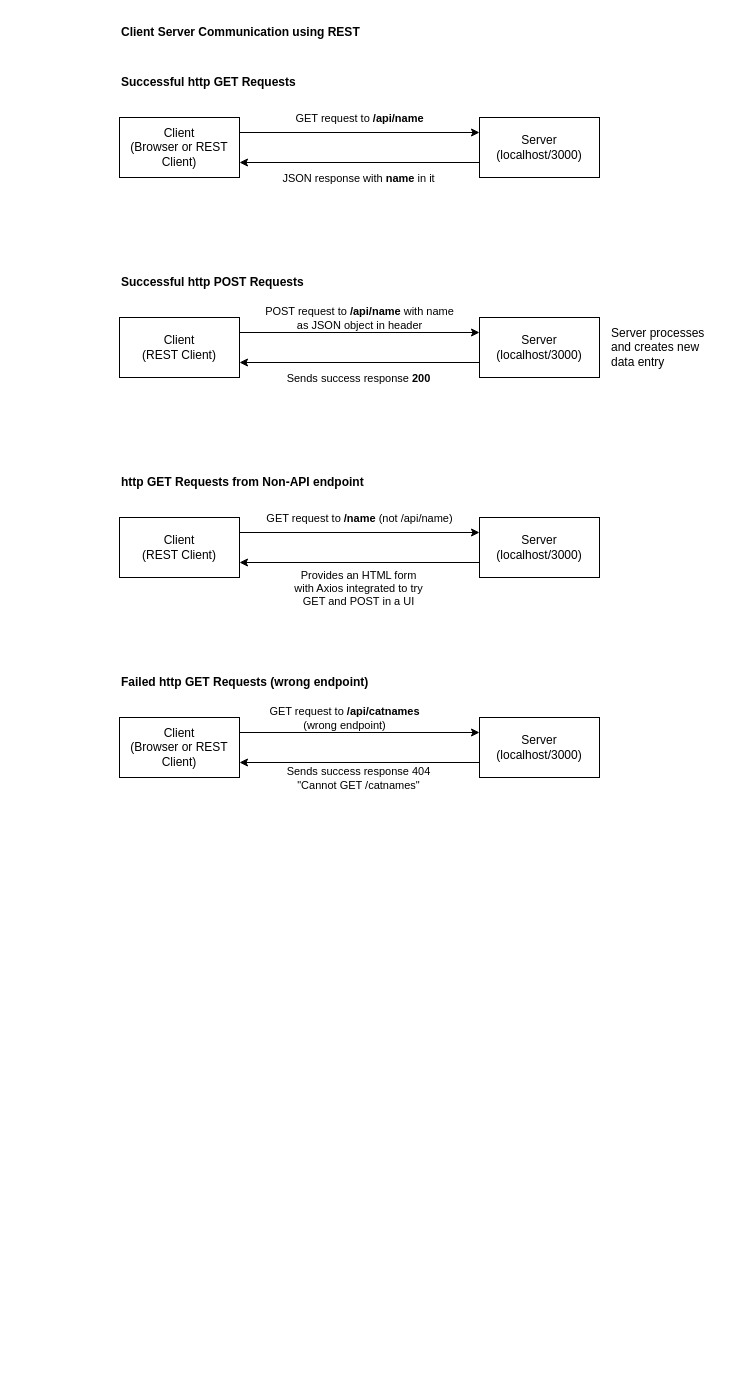
mbalabanov/js-dom-requests-responses keeps this draw.io diagram as model-diagrams.drawio. Above is the earlier version. Source tidied: cells renumbered, new cells numbered last; positions are measured from the earlier drawing's top-left corner, leaving out a move shared by most shapes. Both pictures are drawn from the tidied source at 100%, with x=0, y=0 at pixel (119, 17).
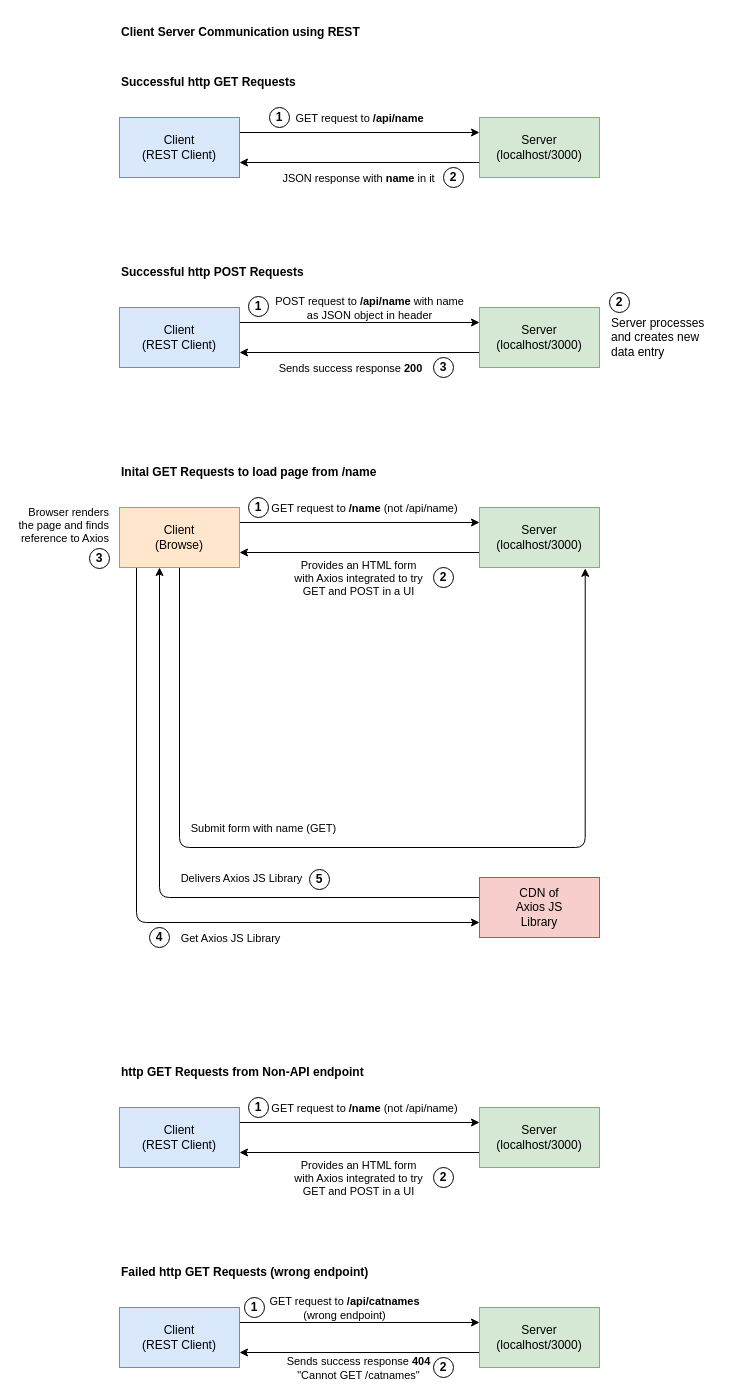
The same diagram, later.

Commit message (it also covers changes not shown here):
Adds model diagram for browser requests

The change refers to these unchanged cells:
```xml
<mxCell id="9" style="edgeStyle=none;html=1;entryX=0;entryY=0.25;entryDx=0;entryDy=0;exitX=1;exitY=0.25;exitDx=0;exitDy=0;" parent="1" edge="1" source="11" target="14">
  <mxGeometry relative="1" as="geometry" />
</mxCell>
<mxCell id="12" style="edgeStyle=none;html=1;entryX=1;entryY=0.75;entryDx=0;entryDy=0;exitX=0;exitY=0.75;exitDx=0;exitDy=0;" parent="1" edge="1" source="14" target="11">
  <mxGeometry relative="1" as="geometry" />
</mxCell>
<mxCell id="24" style="edgeStyle=none;html=1;entryX=0;entryY=0.25;entryDx=0;entryDy=0;exitX=1;exitY=0.25;exitDx=0;exitDy=0;" parent="1" edge="1" source="26" target="29">
  <mxGeometry relative="1" as="geometry" />
</mxCell>
```

Change to the diagram source:
```diff
@@
-    <mxCell id="4" value="Client&lt;br&gt;(Browser or REST Client)" style="rounded=0;whiteSpace=wrap;html=1;" parent="1" vertex="1">
+    <mxCell id="4" value="Client&lt;br&gt;(REST Client)" style="rounded=0;whiteSpace=wrap;html=1;fillColor=#dae8fc;strokeColor=#6c8ebf;" parent="1" vertex="1">
       <mxGeometry y="100" width="120" height="60" as="geometry" />
     </mxCell>
@@
-    <mxCell id="7" value="Server&lt;br&gt;&lt;span style=&quot;text-align: left&quot;&gt;(localhost/3000)&lt;/span&gt;" style="rounded=0;whiteSpace=wrap;html=1;" parent="1" vertex="1">
+    <mxCell id="7" value="Server&lt;br&gt;&lt;span style=&quot;text-align: left&quot;&gt;(localhost/3000)&lt;/span&gt;" style="rounded=0;whiteSpace=wrap;html=1;fillColor=#d5e8d4;strokeColor=#82b366;" parent="1" vertex="1">
       <mxGeometry x="360" y="100" width="120" height="60" as="geometry" />
     </mxCell>
@@
     <mxCell id="10" value="POST request to &lt;b&gt;/api/name&lt;/b&gt; with name&lt;br&gt;as JSON object in header" style="edgeLabel;html=1;align=center;verticalAlign=middle;" parent="9" vertex="1">
       <mxGeometry x="-0.4" y="1" relative="1" as="geometry">
-        <mxPoint x="47" y="-14" as="offset" />
+        <mxPoint x="57" y="-14" as="offset" />
       </mxGeometry>
     </mxCell>
-    <mxCell id="11" value="Client&lt;br&gt;(REST Client)" style="rounded=0;whiteSpace=wrap;html=1;" parent="1" vertex="1">
-      <mxGeometry y="300" width="120" height="60" as="geometry" />
+    <mxCell id="11" value="Client&lt;br&gt;(REST Client)" style="rounded=0;whiteSpace=wrap;html=1;fillColor=#dae8fc;strokeColor=#6c8ebf;" parent="1" vertex="1">
+      <mxGeometry y="290" width="120" height="60" as="geometry" />
     </mxCell>
@@
     <mxCell id="13" value="Sends success response &lt;b&gt;200&lt;/b&gt;" style="edgeLabel;html=1;align=center;verticalAlign=middle;" parent="12" vertex="1">
       <mxGeometry x="0.02" y="2" relative="1" as="geometry">
-        <mxPoint y="13" as="offset" />
+        <mxPoint x="-8" y="13" as="offset" />
       </mxGeometry>
     </mxCell>
-    <mxCell id="14" value="Server&lt;br&gt;&lt;span style=&quot;text-align: left&quot;&gt;(localhost/3000)&lt;/span&gt;" style="rounded=0;whiteSpace=wrap;html=1;" parent="1" vertex="1">
-      <mxGeometry x="360" y="300" width="120" height="60" as="geometry" />
+    <mxCell id="14" value="Server&lt;br&gt;&lt;span style=&quot;text-align: left&quot;&gt;(localhost/3000)&lt;/span&gt;" style="rounded=0;whiteSpace=wrap;html=1;fillColor=#d5e8d4;strokeColor=#82b366;" parent="1" vertex="1">
+      <mxGeometry x="360" y="290" width="120" height="60" as="geometry" />
     </mxCell>
     <mxCell id="15" value="Successful http POST Requests" style="text;html=1;strokeColor=none;fillColor=none;align=left;verticalAlign=middle;whiteSpace=wrap;rounded=0;fontStyle=1;" parent="1" vertex="1">
-      <mxGeometry y="250" width="200" height="30" as="geometry" />
+      <mxGeometry y="240" width="200" height="30" as="geometry" />
     </mxCell>
     <mxCell id="16" value="Server processes and creates new data entry" style="text;html=1;strokeColor=none;fillColor=none;align=left;verticalAlign=middle;whiteSpace=wrap;rounded=0;" parent="1" vertex="1">
-      <mxGeometry x="490" y="305" width="110" height="50" as="geometry" />
+      <mxGeometry x="490" y="295" width="110" height="50" as="geometry" />
     </mxCell>
-    <mxCell id="17" style="edgeStyle=none;html=1;entryX=0;entryY=0.25;entryDx=0;entryDy=0;exitX=1;exitY=0.25;exitDx=0;exitDy=0;" parent="1" edge="1" source="19" target="22">
-      <mxGeometry relative="1" as="geometry" />
-    </mxCell>
-    <mxCell id="18" value="GET request to&amp;nbsp;&lt;b&gt;/api/catnames&lt;br&gt;&lt;/b&gt;(wrong endpoint)" style="edgeLabel;html=1;align=center;verticalAlign=middle;" parent="17" vertex="1">
-      <mxGeometry x="-0.4" y="1" relative="1" as="geometry">
-        <mxPoint x="32" y="-14" as="offset" />
-      </mxGeometry>
-    </mxCell>
-    <mxCell id="19" value="Client&lt;br&gt;(Browser or REST Client)" style="rounded=0;whiteSpace=wrap;html=1;" parent="1" vertex="1">
-      <mxGeometry y="700" width="120" height="60" as="geometry" />
-    </mxCell>
-    <mxCell id="20" style="edgeStyle=none;html=1;entryX=1;entryY=0.75;entryDx=0;entryDy=0;exitX=0;exitY=0.75;exitDx=0;exitDy=0;" parent="1" edge="1" source="22" target="19">
-      <mxGeometry relative="1" as="geometry" />
-    </mxCell>
-    <mxCell id="21" value="Sends success response 404&lt;br&gt;&quot;Cannot GET /catnames&quot;" style="edgeLabel;html=1;align=center;verticalAlign=middle;" parent="20" vertex="1">
-      <mxGeometry x="0.02" y="2" relative="1" as="geometry">
-        <mxPoint y="13" as="offset" />
-      </mxGeometry>
-    </mxCell>
-    <mxCell id="22" value="Server&lt;br&gt;&lt;span style=&quot;text-align: left&quot;&gt;(localhost/3000)&lt;/span&gt;" style="rounded=0;whiteSpace=wrap;html=1;" parent="1" vertex="1">
-      <mxGeometry x="360" y="700" width="120" height="60" as="geometry" />
-    </mxCell>
-    <mxCell id="23" value="Failed http GET Requests (wrong endpoint)" style="text;html=1;strokeColor=none;fillColor=none;align=left;verticalAlign=middle;whiteSpace=wrap;rounded=0;fontStyle=1;" parent="1" vertex="1">
-      <mxGeometry y="650" width="270" height="30" as="geometry" />
-    </mxCell>
@@
     <mxCell id="25" value="GET request to &lt;b&gt;/name&lt;/b&gt; (not /api/name)" style="edgeLabel;html=1;align=center;verticalAlign=middle;" parent="24" vertex="1">
       <mxGeometry x="-0.4" y="1" relative="1" as="geometry">
-        <mxPoint x="47" y="-14" as="offset" />
+        <mxPoint x="52" y="-14" as="offset" />
       </mxGeometry>
     </mxCell>
-    <mxCell id="26" value="Client&lt;br&gt;(REST Client)" style="rounded=0;whiteSpace=wrap;html=1;" parent="1" vertex="1">
-      <mxGeometry y="500" width="120" height="60" as="geometry" />
+    <mxCell id="26" value="Client&lt;br&gt;(REST Client)" style="rounded=0;whiteSpace=wrap;html=1;fillColor=#dae8fc;strokeColor=#6c8ebf;" parent="1" vertex="1">
+      <mxGeometry y="1090" width="120" height="60" as="geometry" />
     </mxCell>
@@
-    <mxCell id="29" value="Server&lt;br&gt;&lt;span style=&quot;text-align: left&quot;&gt;(localhost/3000)&lt;/span&gt;" style="rounded=0;whiteSpace=wrap;html=1;" parent="1" vertex="1">
-      <mxGeometry x="360" y="500" width="120" height="60" as="geometry" />
+    <mxCell id="29" value="Server&lt;br&gt;&lt;span style=&quot;text-align: left&quot;&gt;(localhost/3000)&lt;/span&gt;" style="rounded=0;whiteSpace=wrap;html=1;fillColor=#d5e8d4;strokeColor=#82b366;" parent="1" vertex="1">
+      <mxGeometry x="360" y="1090" width="120" height="60" as="geometry" />
     </mxCell>
     <mxCell id="30" value="http GET Requests from Non-API endpoint" style="text;html=1;strokeColor=none;fillColor=none;align=left;verticalAlign=middle;whiteSpace=wrap;rounded=0;fontStyle=1;" parent="1" vertex="1">
-      <mxGeometry y="450" width="250" height="30" as="geometry" />
+      <mxGeometry y="1040" width="250" height="30" as="geometry" />
     </mxCell>
@@
+    <mxCell id="32" value="1" style="ellipse;whiteSpace=wrap;html=1;spacing=0;fontStyle=1;" parent="1" vertex="1">
+      <mxGeometry x="150" y="90" width="20" height="20" as="geometry" />
+    </mxCell>
+    <mxCell id="33" value="2" style="ellipse;whiteSpace=wrap;html=1;spacing=0;fontStyle=1;" parent="1" vertex="1">
+      <mxGeometry x="324" y="150" width="20" height="20" as="geometry" />
+    </mxCell>
+    <mxCell id="34" value="1" style="ellipse;whiteSpace=wrap;html=1;spacing=0;fontStyle=1;" parent="1" vertex="1">
+      <mxGeometry x="129" y="279" width="20" height="20" as="geometry" />
+    </mxCell>
+    <mxCell id="35" value="2" style="ellipse;whiteSpace=wrap;html=1;spacing=0;fontStyle=1;" parent="1" vertex="1">
+      <mxGeometry x="490" y="275" width="20" height="20" as="geometry" />
+    </mxCell>
+    <mxCell id="36" value="3" style="ellipse;whiteSpace=wrap;html=1;spacing=0;fontStyle=1;" parent="1" vertex="1">
+      <mxGeometry x="314" y="340" width="20" height="20" as="geometry" />
+    </mxCell>
+    <mxCell id="37" value="1" style="ellipse;whiteSpace=wrap;html=1;spacing=0;fontStyle=1;" parent="1" vertex="1">
+      <mxGeometry x="129" y="1080" width="20" height="20" as="geometry" />
+    </mxCell>
+    <mxCell id="38" value="2" style="ellipse;whiteSpace=wrap;html=1;spacing=0;fontStyle=1;" parent="1" vertex="1">
+      <mxGeometry x="314" y="1150" width="20" height="20" as="geometry" />
+    </mxCell>
+    <mxCell id="39" style="edgeStyle=none;html=1;entryX=0;entryY=0.25;entryDx=0;entryDy=0;exitX=1;exitY=0.25;exitDx=0;exitDy=0;" parent="1" edge="1" source="40" target="42">
+      <mxGeometry relative="1" as="geometry" />
+    </mxCell>
+    <mxCell id="18" value="GET request to&amp;nbsp;&lt;b&gt;/api/catnames&lt;br&gt;&lt;/b&gt;(wrong endpoint)" style="edgeLabel;html=1;align=center;verticalAlign=middle;" parent="39" vertex="1">
+      <mxGeometry x="-0.4" y="1" relative="1" as="geometry">
+        <mxPoint x="32" y="-14" as="offset" />
+      </mxGeometry>
+    </mxCell>
+    <mxCell id="40" value="Client&lt;br&gt;(REST Client)" style="rounded=0;whiteSpace=wrap;html=1;fillColor=#dae8fc;strokeColor=#6c8ebf;" parent="1" vertex="1">
+      <mxGeometry y="1290" width="120" height="60" as="geometry" />
+    </mxCell>
+    <mxCell id="41" style="edgeStyle=none;html=1;entryX=1;entryY=0.75;entryDx=0;entryDy=0;exitX=0;exitY=0.75;exitDx=0;exitDy=0;" parent="1" edge="1" source="42" target="40">
+      <mxGeometry relative="1" as="geometry" />
+    </mxCell>
+    <mxCell id="21" value="Sends success response &lt;b&gt;404&lt;/b&gt;&lt;br&gt;&quot;Cannot GET /catnames&quot;" style="edgeLabel;html=1;align=center;verticalAlign=middle;" parent="41" vertex="1">
+      <mxGeometry x="0.02" y="2" relative="1" as="geometry">
+        <mxPoint y="13" as="offset" />
+      </mxGeometry>
+    </mxCell>
+    <mxCell id="42" value="Server&lt;br&gt;&lt;span style=&quot;text-align: left&quot;&gt;(localhost/3000)&lt;/span&gt;" style="rounded=0;whiteSpace=wrap;html=1;fillColor=#d5e8d4;strokeColor=#82b366;" parent="1" vertex="1">
+      <mxGeometry x="360" y="1290" width="120" height="60" as="geometry" />
+    </mxCell>
+    <mxCell id="23" value="Failed http GET Requests (wrong endpoint)" style="text;html=1;strokeColor=none;fillColor=none;align=left;verticalAlign=middle;whiteSpace=wrap;rounded=0;fontStyle=1;" parent="1" vertex="1">
+      <mxGeometry y="1240" width="270" height="30" as="geometry" />
+    </mxCell>
+    <mxCell id="43" value="1" style="ellipse;whiteSpace=wrap;html=1;spacing=0;fontStyle=1;" parent="1" vertex="1">
+      <mxGeometry x="125" y="1280" width="20" height="20" as="geometry" />
+    </mxCell>
+    <mxCell id="44" value="2" style="ellipse;whiteSpace=wrap;html=1;spacing=0;fontStyle=1;" parent="1" vertex="1">
+      <mxGeometry x="314" y="1340" width="20" height="20" as="geometry" />
+    </mxCell>
+    <mxCell id="45" style="edgeStyle=none;html=1;entryX=0;entryY=0.25;entryDx=0;entryDy=0;exitX=1;exitY=0.25;exitDx=0;exitDy=0;" parent="1" edge="1" source="51" target="54">
+      <mxGeometry relative="1" as="geometry" />
+    </mxCell>
+    <mxCell id="46" value="GET request to &lt;b&gt;/name&lt;/b&gt; (not /api/name)" style="edgeLabel;html=1;align=center;verticalAlign=middle;" parent="45" vertex="1">
+      <mxGeometry x="-0.4" y="1" relative="1" as="geometry">
+        <mxPoint x="52" y="-14" as="offset" />
+      </mxGeometry>
+    </mxCell>
+    <mxCell id="47" style="edgeStyle=orthogonalEdgeStyle;html=1;entryX=0;entryY=0.75;entryDx=0;entryDy=0;" parent="1" edge="1" source="51" target="61">
+      <mxGeometry relative="1" as="geometry">
+        <Array as="points">
+          <mxPoint x="17" y="905" />
+        </Array>
+      </mxGeometry>
+    </mxCell>
+    <mxCell id="48" value="Get Axios JS Library" style="edgeLabel;html=1;align=center;verticalAlign=middle;" parent="47" vertex="1">
+      <mxGeometry x="0.16" y="3" relative="1" as="geometry">
+        <mxPoint x="43" y="18" as="offset" />
+      </mxGeometry>
+    </mxCell>
+    <mxCell id="49" style="edgeStyle=orthogonalEdgeStyle;html=1;entryX=0.881;entryY=1.014;entryDx=0;entryDy=0;entryPerimeter=0;" parent="1" edge="1" source="51" target="54">
+      <mxGeometry relative="1" as="geometry">
+        <Array as="points">
+          <mxPoint x="60" y="830" />
+          <mxPoint x="466" y="830" />
+        </Array>
+      </mxGeometry>
+    </mxCell>
+    <mxCell id="50" value="Submit form with name (GET)" style="edgeLabel;html=1;align=center;verticalAlign=middle;" parent="49" vertex="1">
+      <mxGeometry x="-0.01" y="2" relative="1" as="geometry">
+        <mxPoint x="-115" y="-18" as="offset" />
+      </mxGeometry>
+    </mxCell>
+    <mxCell id="51" value="Client&lt;br&gt;(Browse)" style="rounded=0;whiteSpace=wrap;html=1;fillColor=#ffe6cc;strokeColor=#d79b00;" parent="1" vertex="1">
+      <mxGeometry y="490" width="120" height="60" as="geometry" />
+    </mxCell>
+    <mxCell id="52" style="edgeStyle=none;html=1;entryX=1;entryY=0.75;entryDx=0;entryDy=0;exitX=0;exitY=0.75;exitDx=0;exitDy=0;" parent="1" edge="1" source="54" target="51">
+      <mxGeometry relative="1" as="geometry" />
+    </mxCell>
+    <mxCell id="53" value="Provides an HTML form&lt;br&gt;with Axios integrated to try&lt;br&gt;GET and POST in a UI" style="edgeLabel;html=1;align=center;verticalAlign=middle;" parent="52" vertex="1">
+      <mxGeometry x="0.02" y="2" relative="1" as="geometry">
+        <mxPoint y="23" as="offset" />
+      </mxGeometry>
+    </mxCell>
+    <mxCell id="54" value="Server&lt;br&gt;&lt;span style=&quot;text-align: left&quot;&gt;(localhost/3000)&lt;/span&gt;" style="rounded=0;whiteSpace=wrap;html=1;fillColor=#d5e8d4;strokeColor=#82b366;" parent="1" vertex="1">
+      <mxGeometry x="360" y="490" width="120" height="60" as="geometry" />
+    </mxCell>
+    <mxCell id="55" value="Inital GET Requests to load page from /name" style="text;html=1;strokeColor=none;fillColor=none;align=left;verticalAlign=middle;whiteSpace=wrap;rounded=0;fontStyle=1;" parent="1" vertex="1">
+      <mxGeometry y="440" width="330" height="30" as="geometry" />
+    </mxCell>
+    <mxCell id="56" value="1" style="ellipse;whiteSpace=wrap;html=1;spacing=0;fontStyle=1;" parent="1" vertex="1">
+      <mxGeometry x="129" y="480" width="20" height="20" as="geometry" />
+    </mxCell>
+    <mxCell id="57" value="2" style="ellipse;whiteSpace=wrap;html=1;spacing=0;fontStyle=1;" parent="1" vertex="1">
+      <mxGeometry x="314" y="550" width="20" height="20" as="geometry" />
+    </mxCell>
+    <mxCell id="58" value="Browser renders&lt;br&gt;the page and finds&lt;br&gt;reference to Axios" style="edgeLabel;html=1;align=right;verticalAlign=middle;" parent="1" vertex="1">
+      <mxGeometry x="-10" y="507" as="geometry" />
+    </mxCell>
+    <mxCell id="59" style="edgeStyle=orthogonalEdgeStyle;html=1;" parent="1" edge="1" target="51">
+      <mxGeometry relative="1" as="geometry">
+        <mxPoint x="360" y="880" as="sourcePoint" />
+        <Array as="points">
+          <mxPoint x="360" y="880" />
+          <mxPoint x="40" y="880" />
+        </Array>
+      </mxGeometry>
+    </mxCell>
+    <mxCell id="60" value="Delivers Axios JS Library" style="edgeLabel;html=1;align=center;verticalAlign=middle;" parent="59" vertex="1">
+      <mxGeometry x="-0.41" y="-1" relative="1" as="geometry">
+        <mxPoint x="-47" y="-19" as="offset" />
+      </mxGeometry>
+    </mxCell>
+    <mxCell id="61" value="CDN of&lt;br&gt;Axios JS&lt;br&gt;Library" style="rounded=0;whiteSpace=wrap;html=1;fillColor=#f8cecc;strokeColor=#b85450;" parent="1" vertex="1">
+      <mxGeometry x="360" y="860" width="120" height="60" as="geometry" />
+    </mxCell>
+    <mxCell id="62" value="4" style="ellipse;whiteSpace=wrap;html=1;spacing=0;fontStyle=1;" parent="1" vertex="1">
+      <mxGeometry x="30" y="910" width="20" height="20" as="geometry" />
+    </mxCell>
+    <mxCell id="63" value="3" style="ellipse;whiteSpace=wrap;html=1;spacing=0;fontStyle=1;" parent="1" vertex="1">
+      <mxGeometry x="-30" y="531" width="20" height="20" as="geometry" />
+    </mxCell>
+    <mxCell id="64" value="5" style="ellipse;whiteSpace=wrap;html=1;spacing=0;fontStyle=1;" parent="1" vertex="1">
+      <mxGeometry x="190" y="852" width="20" height="20" as="geometry" />
+    </mxCell>
```
